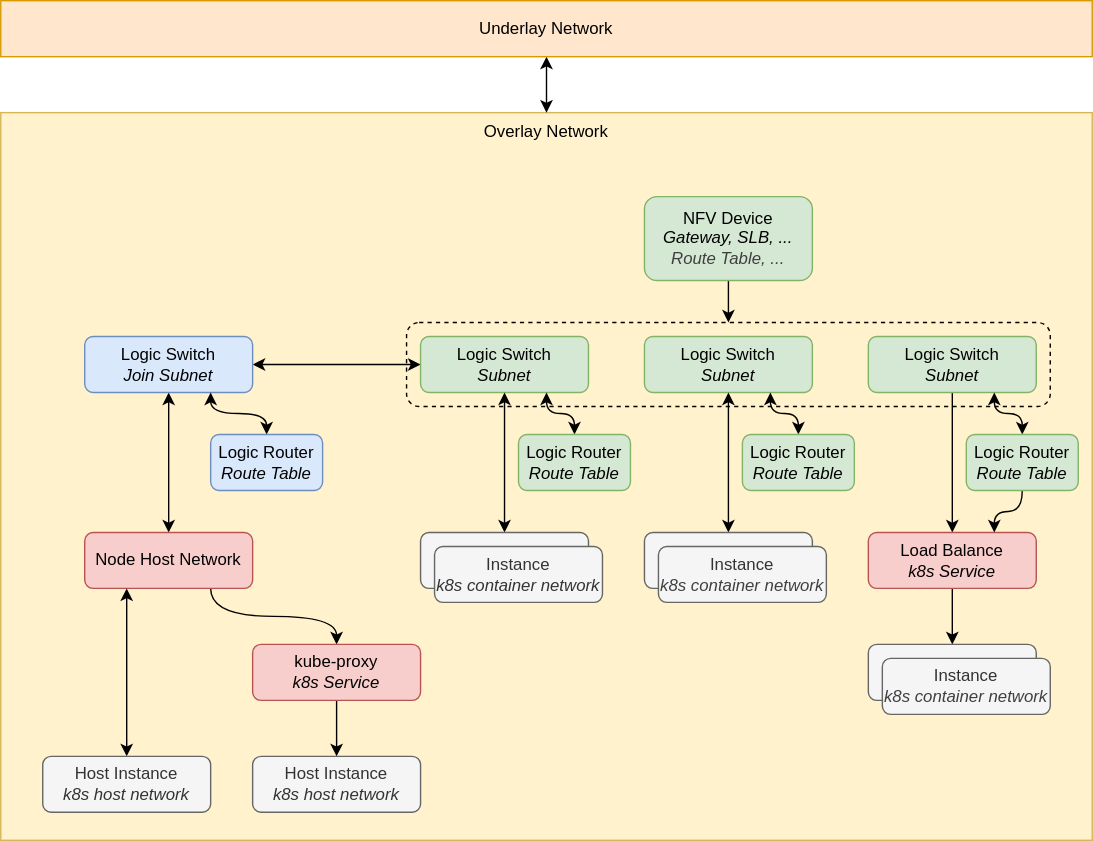
This is docs/network_model.drawio.svg from breeve/cloudovn, a draw.io export, as it was before one commit. Source tidied: cells renumbered, new cells last; positions are measured from the earlier drawing's top-left corner, leaving out a move shared by most shapes. Its diagram source:
```xml
<mxGraphModel>
  <root>
    <mxCell id="0" />
    <mxCell id="1" parent="0" />
    <mxCell id="2" value="Overlay Network" style="rounded=0;whiteSpace=wrap;html=1;fillColor=#fff2cc;strokeColor=#d6b656;align=center;verticalAlign=top;" parent="1" vertex="1">
      <mxGeometry y="80" width="780" height="520" as="geometry" />
    </mxCell>
    <mxCell id="3" style="edgeStyle=none;html=1;exitX=0.5;exitY=0;exitDx=0;exitDy=0;entryX=0.5;entryY=1;entryDx=0;entryDy=0;startArrow=classic;startFill=1;" parent="1" edge="1" source="2" target="5">
      <mxGeometry relative="1" as="geometry" />
    </mxCell>
    <mxCell id="4" style="rounded=1;whiteSpace=wrap;html=1;dashed=1;fillColor=none;" parent="1" vertex="1">
      <mxGeometry x="290" y="230" width="460" height="60" as="geometry" />
    </mxCell>
    <mxCell id="5" value="Underlay Network" style="rounded=0;whiteSpace=wrap;html=1;fillColor=#ffe6cc;strokeColor=#d79b00;" parent="1" vertex="1">
      <mxGeometry width="780" height="40" as="geometry" />
    </mxCell>
    <mxCell id="6" style="edgeStyle=none;html=1;exitX=0;exitY=0.5;exitDx=0;exitDy=0;entryX=1;entryY=0.5;entryDx=0;entryDy=0;startArrow=classic;startFill=1;" parent="1" edge="1" source="7" target="9">
      <mxGeometry relative="1" as="geometry" />
    </mxCell>
    <mxCell id="7" value="&lt;span style=&quot;color: rgb(0, 0, 0);&quot;&gt;Logic Switch&lt;/span&gt;&lt;div&gt;&lt;i&gt;Subnet&lt;/i&gt;&lt;/div&gt;" style="rounded=1;whiteSpace=wrap;html=1;fillColor=#d5e8d4;strokeColor=#82b366;" parent="1" vertex="1">
      <mxGeometry x="300" y="240" width="120" height="40" as="geometry" />
    </mxCell>
    <mxCell id="8" style="edgeStyle=none;html=1;exitX=0.5;exitY=1;exitDx=0;exitDy=0;startArrow=classic;startFill=1;" parent="1" edge="1" source="9" target="11">
      <mxGeometry relative="1" as="geometry" />
    </mxCell>
    <mxCell id="9" value="&lt;span style=&quot;color: rgb(0, 0, 0);&quot;&gt;Logic Switch&lt;/span&gt;&lt;div&gt;&lt;i&gt;Join Subnet&lt;/i&gt;&lt;/div&gt;" style="rounded=1;whiteSpace=wrap;html=1;fillColor=#dae8fc;strokeColor=#6c8ebf;" parent="1" vertex="1">
      <mxGeometry x="60" y="240" width="120" height="40" as="geometry" />
    </mxCell>
    <mxCell id="10" style="edgeStyle=orthogonalEdgeStyle;html=1;exitX=0.75;exitY=1;exitDx=0;exitDy=0;curved=1;" parent="1" edge="1" source="11" target="27">
      <mxGeometry relative="1" as="geometry" />
    </mxCell>
    <mxCell id="11" value="Node Host Network" style="rounded=1;whiteSpace=wrap;html=1;fontStyle=0;fillColor=#f8cecc;strokeColor=#b85450;" parent="1" vertex="1">
      <mxGeometry x="60" y="380" width="120" height="40" as="geometry" />
    </mxCell>
    <mxCell id="12" value="Logic Switch&lt;div&gt;&lt;i&gt;Subnet&lt;/i&gt;&lt;/div&gt;" style="rounded=1;whiteSpace=wrap;html=1;fillColor=#d5e8d4;strokeColor=#82b366;" parent="1" vertex="1">
      <mxGeometry x="460" y="240" width="120" height="40" as="geometry" />
    </mxCell>
    <mxCell id="13" style="edgeStyle=none;html=1;exitX=0.5;exitY=1;exitDx=0;exitDy=0;" parent="1" edge="1" source="14" target="22">
      <mxGeometry relative="1" as="geometry" />
    </mxCell>
    <mxCell id="14" value="&lt;span style=&quot;color: rgb(0, 0, 0);&quot;&gt;Logic Switch&lt;/span&gt;&lt;div&gt;&lt;i&gt;Subnet&lt;/i&gt;&lt;/div&gt;" style="rounded=1;whiteSpace=wrap;html=1;fillColor=#d5e8d4;strokeColor=#82b366;" parent="1" vertex="1">
      <mxGeometry x="620" y="240" width="120" height="40" as="geometry" />
    </mxCell>
    <mxCell id="15" style="edgeStyle=none;html=1;exitX=0.5;exitY=0;exitDx=0;exitDy=0;startArrow=classic;startFill=1;entryX=0.5;entryY=1;entryDx=0;entryDy=0;" parent="1" edge="1" source="16" target="7">
      <mxGeometry relative="1" as="geometry" />
    </mxCell>
    <mxCell id="16" value="Instance" style="rounded=1;whiteSpace=wrap;html=1;fillColor=#f5f5f5;fontColor=#333333;strokeColor=#666666;" parent="1" vertex="1">
      <mxGeometry x="300" y="380" width="120" height="40" as="geometry" />
    </mxCell>
    <mxCell id="17" value="Instance&lt;div&gt;&lt;i&gt;k8s container network&lt;/i&gt;&lt;/div&gt;" style="rounded=1;whiteSpace=wrap;html=1;fillColor=#f5f5f5;fontColor=#333333;strokeColor=#666666;" parent="1" vertex="1">
      <mxGeometry x="310" y="390" width="120" height="40" as="geometry" />
    </mxCell>
    <mxCell id="18" style="edgeStyle=none;html=1;exitX=0.5;exitY=0;exitDx=0;exitDy=0;startArrow=classic;startFill=1;entryX=0.5;entryY=1;entryDx=0;entryDy=0;" parent="1" edge="1" source="19" target="12">
      <mxGeometry relative="1" as="geometry" />
    </mxCell>
    <mxCell id="19" value="Instance" style="rounded=1;whiteSpace=wrap;html=1;fillColor=#f5f5f5;fontColor=#333333;strokeColor=#666666;" parent="1" vertex="1">
      <mxGeometry x="460" y="380" width="120" height="40" as="geometry" />
    </mxCell>
    <mxCell id="20" value="Instance&lt;div&gt;&lt;i style=&quot;color: rgb(63, 63, 63);&quot;&gt;k8s container network&lt;/i&gt;&lt;/div&gt;" style="rounded=1;whiteSpace=wrap;html=1;fillColor=#f5f5f5;fontColor=#333333;strokeColor=#666666;" parent="1" vertex="1">
      <mxGeometry x="470" y="390" width="120" height="40" as="geometry" />
    </mxCell>
    <mxCell id="21" style="edgeStyle=none;html=1;exitX=0.5;exitY=1;exitDx=0;exitDy=0;entryX=0.5;entryY=0;entryDx=0;entryDy=0;" parent="1" edge="1" source="22" target="23">
      <mxGeometry relative="1" as="geometry" />
    </mxCell>
    <mxCell id="22" value="Load Balance&lt;div&gt;&lt;i&gt;k8s Service&lt;/i&gt;&lt;/div&gt;" style="rounded=1;whiteSpace=wrap;html=1;fillColor=#f8cecc;strokeColor=#b85450;" parent="1" vertex="1">
      <mxGeometry x="620" y="380" width="120" height="40" as="geometry" />
    </mxCell>
    <mxCell id="23" value="Instance" style="rounded=1;whiteSpace=wrap;html=1;fillColor=#f5f5f5;fontColor=#333333;strokeColor=#666666;" parent="1" vertex="1">
      <mxGeometry x="620" y="460" width="120" height="40" as="geometry" />
    </mxCell>
    <mxCell id="24" value="Instance&lt;div&gt;&lt;i style=&quot;color: rgb(63, 63, 63);&quot;&gt;k8s container network&lt;/i&gt;&lt;/div&gt;" style="rounded=1;whiteSpace=wrap;html=1;fillColor=#f5f5f5;fontColor=#333333;strokeColor=#666666;" parent="1" vertex="1">
      <mxGeometry x="630" y="470" width="120" height="40" as="geometry" />
    </mxCell>
    <mxCell id="25" value="Host Instance&lt;div&gt;&lt;i&gt;k8s host network&lt;/i&gt;&lt;/div&gt;" style="rounded=1;whiteSpace=wrap;html=1;fillColor=#f5f5f5;fontColor=#333333;strokeColor=#666666;" parent="1" vertex="1">
      <mxGeometry x="180" y="540" width="120" height="40" as="geometry" />
    </mxCell>
    <mxCell id="26" style="edgeStyle=none;html=1;exitX=0.5;exitY=1;exitDx=0;exitDy=0;" parent="1" edge="1" source="27" target="25">
      <mxGeometry relative="1" as="geometry" />
    </mxCell>
    <mxCell id="27" value="kube-proxy&lt;div&gt;&lt;span&gt;&lt;i&gt;k8s Service&lt;/i&gt;&lt;/span&gt;&lt;/div&gt;" style="rounded=1;whiteSpace=wrap;html=1;fillColor=#f8cecc;strokeColor=#b85450;fontStyle=0;" parent="1" vertex="1">
      <mxGeometry x="180" y="460" width="120" height="40" as="geometry" />
    </mxCell>
    <mxCell id="28" style="edgeStyle=orthogonalEdgeStyle;html=1;exitX=0.5;exitY=0;exitDx=0;exitDy=0;entryX=0.25;entryY=1;entryDx=0;entryDy=0;startArrow=classic;startFill=1;curved=1;" parent="1" edge="1" source="29" target="11">
      <mxGeometry relative="1" as="geometry" />
    </mxCell>
    <mxCell id="29" value="Host Instance&lt;div&gt;&lt;i&gt;k8s host network&lt;/i&gt;&lt;/div&gt;" style="rounded=1;whiteSpace=wrap;html=1;fillColor=#f5f5f5;fontColor=#333333;strokeColor=#666666;" parent="1" vertex="1">
      <mxGeometry x="30" y="540" width="120" height="40" as="geometry" />
    </mxCell>
    <mxCell id="30" style="edgeStyle=none;html=1;exitX=0.5;exitY=1;exitDx=0;exitDy=0;entryX=0.5;entryY=0;entryDx=0;entryDy=0;" parent="1" edge="1" source="31" target="4">
      <mxGeometry relative="1" as="geometry" />
    </mxCell>
    <mxCell id="31" value="NFV Device&lt;div&gt;&lt;i&gt;Gateway, SLB, ...&lt;/i&gt;&lt;/div&gt;&lt;div&gt;&lt;i style=&quot;color: rgb(63, 63, 63);&quot;&gt;Route Table, ...&lt;/i&gt;&lt;i&gt;&lt;/i&gt;&lt;/div&gt;" style="rounded=1;whiteSpace=wrap;html=1;fillColor=#d5e8d4;strokeColor=#82b366;" parent="1" vertex="1">
      <mxGeometry x="460" y="140" width="120" height="60" as="geometry" />
    </mxCell>
    <mxCell id="32" style="edgeStyle=orthogonalEdgeStyle;html=1;exitX=0.5;exitY=0;exitDx=0;exitDy=0;entryX=0.75;entryY=1;entryDx=0;entryDy=0;curved=1;startArrow=classic;startFill=1;" parent="1" edge="1" source="33" target="7">
      <mxGeometry relative="1" as="geometry" />
    </mxCell>
    <mxCell id="33" value="&lt;span style=&quot;color: rgb(0, 0, 0);&quot;&gt;Logic Router&lt;/span&gt;&lt;div&gt;&lt;i&gt;Route Table&lt;/i&gt;&lt;/div&gt;" style="rounded=1;whiteSpace=wrap;html=1;fillColor=#d5e8d4;strokeColor=#82b366;" parent="1" vertex="1">
      <mxGeometry x="370" y="310" width="80" height="40" as="geometry" />
    </mxCell>
    <mxCell id="34" style="edgeStyle=orthogonalEdgeStyle;html=1;exitX=0.5;exitY=0;exitDx=0;exitDy=0;entryX=0.75;entryY=1;entryDx=0;entryDy=0;curved=1;startArrow=classic;startFill=1;" parent="1" edge="1" source="35" target="12">
      <mxGeometry relative="1" as="geometry" />
    </mxCell>
    <mxCell id="35" value="&lt;span style=&quot;color: rgb(0, 0, 0);&quot;&gt;Logic Router&lt;/span&gt;&lt;div&gt;&lt;i&gt;Route Table&lt;/i&gt;&lt;/div&gt;" style="rounded=1;whiteSpace=wrap;html=1;fillColor=#d5e8d4;strokeColor=#82b366;" parent="1" vertex="1">
      <mxGeometry x="530" y="310" width="80" height="40" as="geometry" />
    </mxCell>
    <mxCell id="36" style="edgeStyle=orthogonalEdgeStyle;html=1;exitX=0.5;exitY=0;exitDx=0;exitDy=0;entryX=0.75;entryY=1;entryDx=0;entryDy=0;curved=1;startArrow=classic;startFill=1;" parent="1" edge="1" source="38" target="14">
      <mxGeometry relative="1" as="geometry" />
    </mxCell>
    <mxCell id="37" style="edgeStyle=orthogonalEdgeStyle;html=1;exitX=0.5;exitY=1;exitDx=0;exitDy=0;entryX=0.75;entryY=0;entryDx=0;entryDy=0;curved=1;" parent="1" edge="1" source="38" target="22">
      <mxGeometry relative="1" as="geometry" />
    </mxCell>
    <mxCell id="38" value="&lt;span style=&quot;color: rgb(0, 0, 0);&quot;&gt;Logic Router&lt;/span&gt;&lt;div&gt;&lt;i&gt;Route Table&lt;/i&gt;&lt;/div&gt;" style="rounded=1;whiteSpace=wrap;html=1;fillColor=#d5e8d4;strokeColor=#82b366;" parent="1" vertex="1">
      <mxGeometry x="690" y="310" width="80" height="40" as="geometry" />
    </mxCell>
    <mxCell id="39" style="edgeStyle=orthogonalEdgeStyle;html=1;exitX=0.5;exitY=0;exitDx=0;exitDy=0;startArrow=classic;startFill=1;curved=1;entryX=0.75;entryY=1;entryDx=0;entryDy=0;" parent="1" edge="1" source="40" target="9">
      <mxGeometry relative="1" as="geometry" />
    </mxCell>
    <mxCell id="40" value="&lt;span style=&quot;color: rgb(0, 0, 0);&quot;&gt;Logic Router&lt;/span&gt;&lt;div&gt;&lt;i&gt;Route Table&lt;/i&gt;&lt;/div&gt;" style="rounded=1;whiteSpace=wrap;html=1;fillColor=#dae8fc;strokeColor=#6c8ebf;" parent="1" vertex="1">
      <mxGeometry x="150" y="310" width="80" height="40" as="geometry" />
    </mxCell>
  </root>
</mxGraphModel>
```
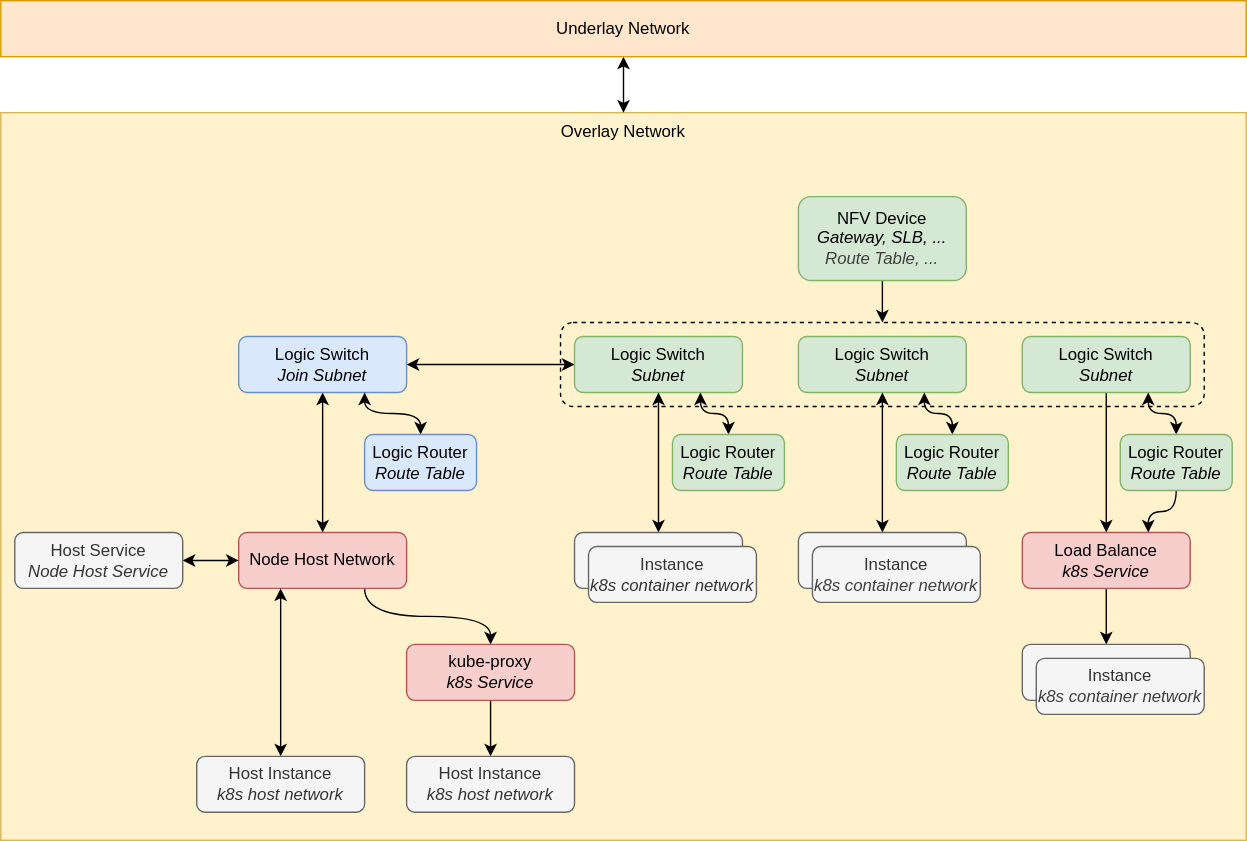
Later version of the same file.

What changed in the source:
```diff
@@ -3,7 +3,7 @@
     <mxCell id="0" />
     <mxCell id="1" parent="0" />
     <mxCell id="2" value="Overlay Network" style="rounded=0;whiteSpace=wrap;html=1;fillColor=#fff2cc;strokeColor=#d6b656;align=center;verticalAlign=top;" parent="1" vertex="1">
-      <mxGeometry y="80" width="780" height="520" as="geometry" />
+      <mxGeometry x="-110" y="80" width="890" height="520" as="geometry" />
     </mxCell>
     <mxCell id="3" style="edgeStyle=none;html=1;exitX=0.5;exitY=0;exitDx=0;exitDy=0;entryX=0.5;entryY=1;entryDx=0;entryDy=0;startArrow=classic;startFill=1;" parent="1" edge="1" source="2" target="5">
       <mxGeometry relative="1" as="geometry" />
@@ -12,7 +12,7 @@
       <mxGeometry x="290" y="230" width="460" height="60" as="geometry" />
     </mxCell>
     <mxCell id="5" value="Underlay Network" style="rounded=0;whiteSpace=wrap;html=1;fillColor=#ffe6cc;strokeColor=#d79b00;" parent="1" vertex="1">
-      <mxGeometry width="780" height="40" as="geometry" />
+      <mxGeometry x="-110" width="890" height="40" as="geometry" />
     </mxCell>
     <mxCell id="6" style="edgeStyle=none;html=1;exitX=0;exitY=0.5;exitDx=0;exitDy=0;entryX=1;entryY=0.5;entryDx=0;entryDy=0;startArrow=classic;startFill=1;" parent="1" edge="1" source="7" target="9">
       <mxGeometry relative="1" as="geometry" />
@@ -119,5 +119,11 @@
     <mxCell id="40" value="&lt;span style=&quot;color: rgb(0, 0, 0);&quot;&gt;Logic Router&lt;/span&gt;&lt;div&gt;&lt;i&gt;Route Table&lt;/i&gt;&lt;/div&gt;" style="rounded=1;whiteSpace=wrap;html=1;fillColor=#dae8fc;strokeColor=#6c8ebf;" parent="1" vertex="1">
       <mxGeometry x="150" y="310" width="80" height="40" as="geometry" />
     </mxCell>
+    <mxCell id="41" style="edgeStyle=none;html=1;exitX=1;exitY=0.5;exitDx=0;exitDy=0;startArrow=classic;startFill=1;entryX=0;entryY=0.5;entryDx=0;entryDy=0;" parent="1" edge="1" source="42" target="11">
+      <mxGeometry relative="1" as="geometry" />
+    </mxCell>
+    <mxCell id="42" value="Host Service&lt;div&gt;&lt;i&gt;Node Host Service&lt;/i&gt;&lt;/div&gt;" style="rounded=1;whiteSpace=wrap;html=1;fillColor=#f5f5f5;fontColor=#333333;strokeColor=#666666;" parent="1" vertex="1">
+      <mxGeometry x="-100" y="380" width="120" height="40" as="geometry" />
+    </mxCell>
   </root>
 </mxGraphModel>
```
